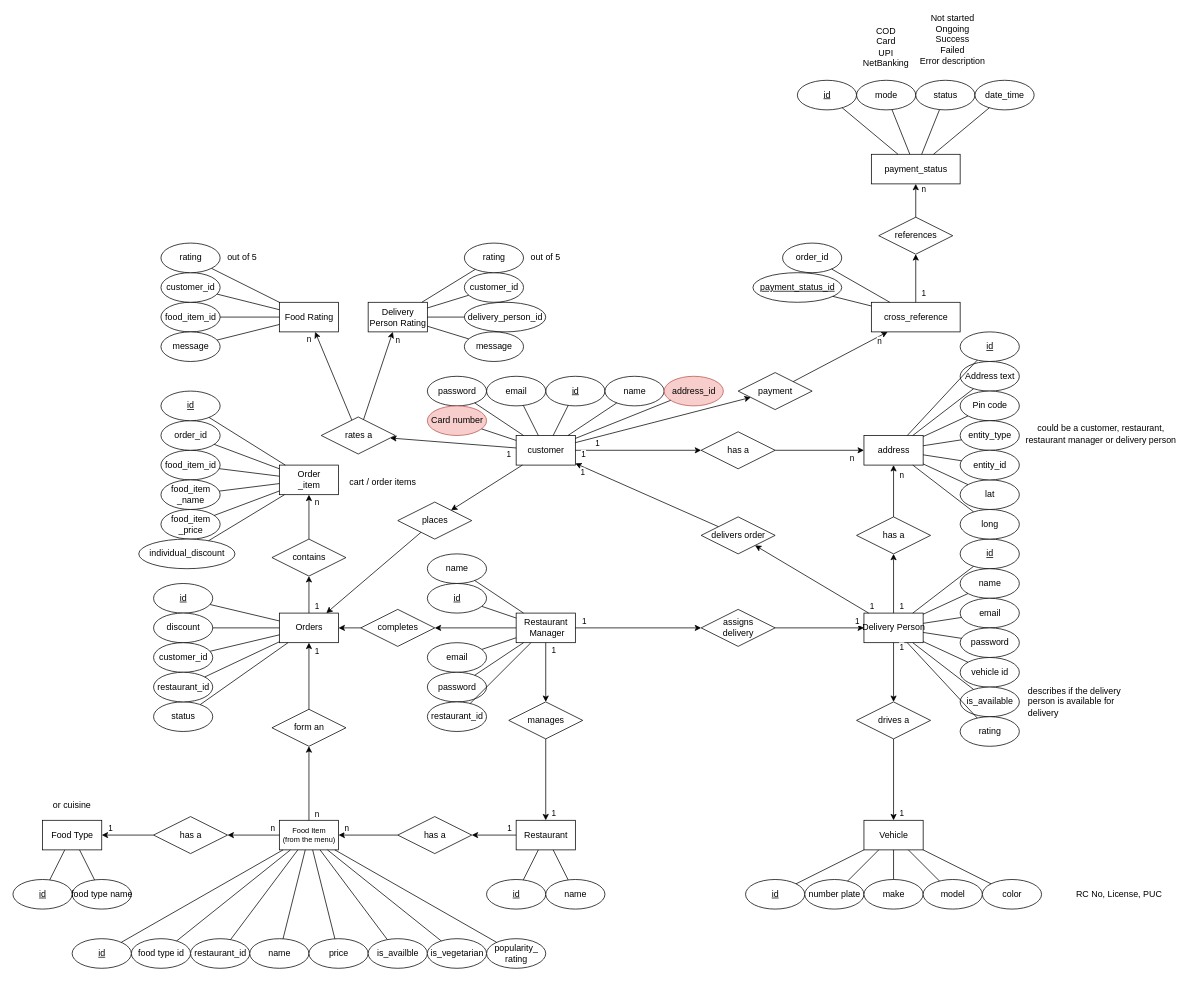
The draw.io diagram diagrams/ER/ER diagram.drawio in callofthewild/hunger-buzz, before the edit. Source tidied: cells renumbered, new cells numbered last; positions are measured from the earlier drawing's top-left corner, leaving out a move shared by most shapes. Both pictures are drawn from the tidied source at 74%, with x=0, y=0 at pixel (13, 13).
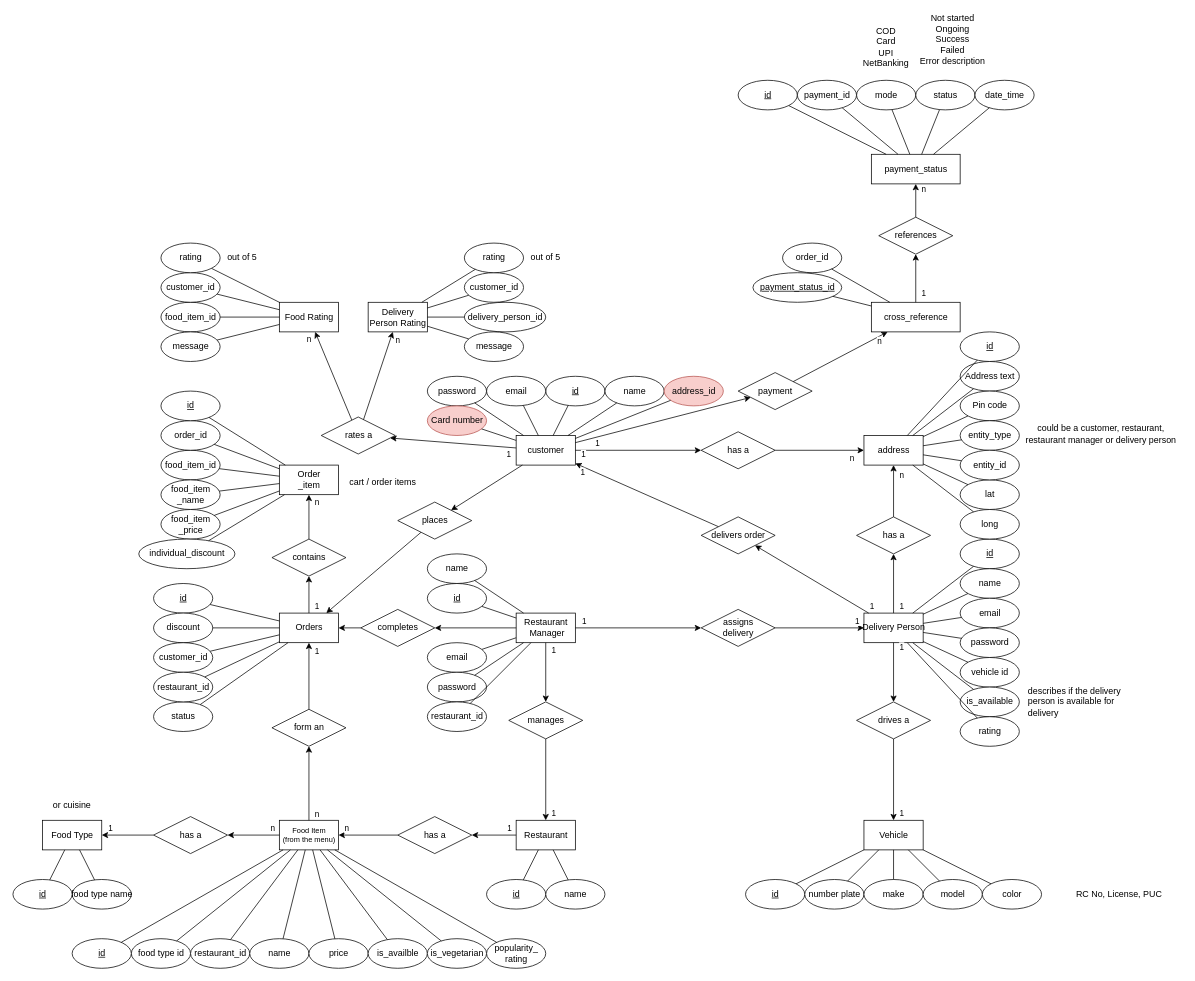
Above is the later version.

Unchanged cells that the change refers to:
```xml
<mxCell id="196" value="payment_status" style="rounded=0;html=1;" parent="1" vertex="1">
  <mxGeometry x="1160" y="190" width="120" height="40" as="geometry" />
</mxCell>
```

The edit, as a diff of the source:
```diff
@@
-    <mxCell id="198" value="id" style="ellipse;html=1;align=center;fontStyle=4;" parent="1" vertex="1">
-      <mxGeometry x="1060" y="90" width="80" height="40" as="geometry" />
-    </mxCell>
@@
-    <mxCell id="201" style="endArrow=none;html=1;rounded=0;" parent="1" edge="1" source="196" target="198">
+    <mxCell id="201" style="endArrow=none;html=1;rounded=0;" parent="1" edge="1" source="196" target="233">
       <mxGeometry relative="1" as="geometry" />
     </mxCell>
@@
+    <mxCell id="198" value="id" style="ellipse;html=1;align=center;fontStyle=4;" parent="1" vertex="1">
+      <mxGeometry x="980" y="90" width="80" height="40" as="geometry" />
+    </mxCell>
+    <mxCell id="232" style="endArrow=none;html=1;rounded=0;" parent="1" edge="1" source="196" target="198">
+      <mxGeometry relative="1" as="geometry" />
+    </mxCell>
+    <mxCell id="233" value="payment_id" style="ellipse;html=1;align=center;" parent="1" vertex="1">
+      <mxGeometry x="1060" y="90" width="80" height="40" as="geometry" />
+    </mxCell>
```
